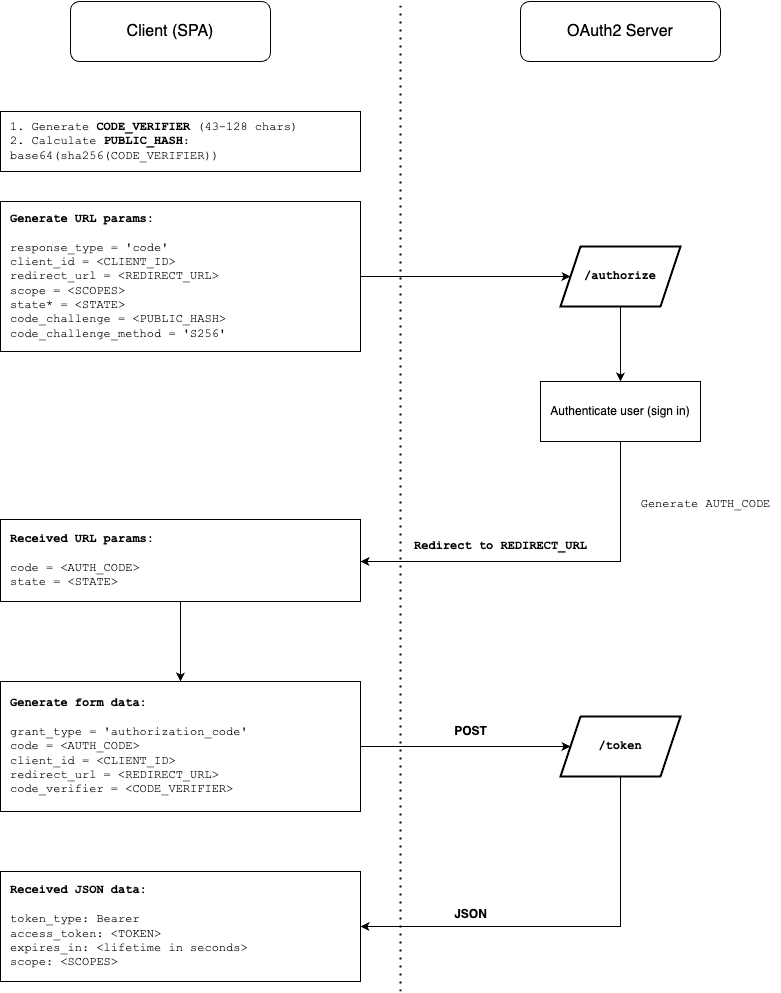
Above: assets/OneAuth_workflow.png in phpway/OneAuth-Server (draw.io), before the change. Source tidied: cells renumbered, new cells last; positions are measured from the earlier drawing's top-left corner, leaving out a move shared by most shapes.
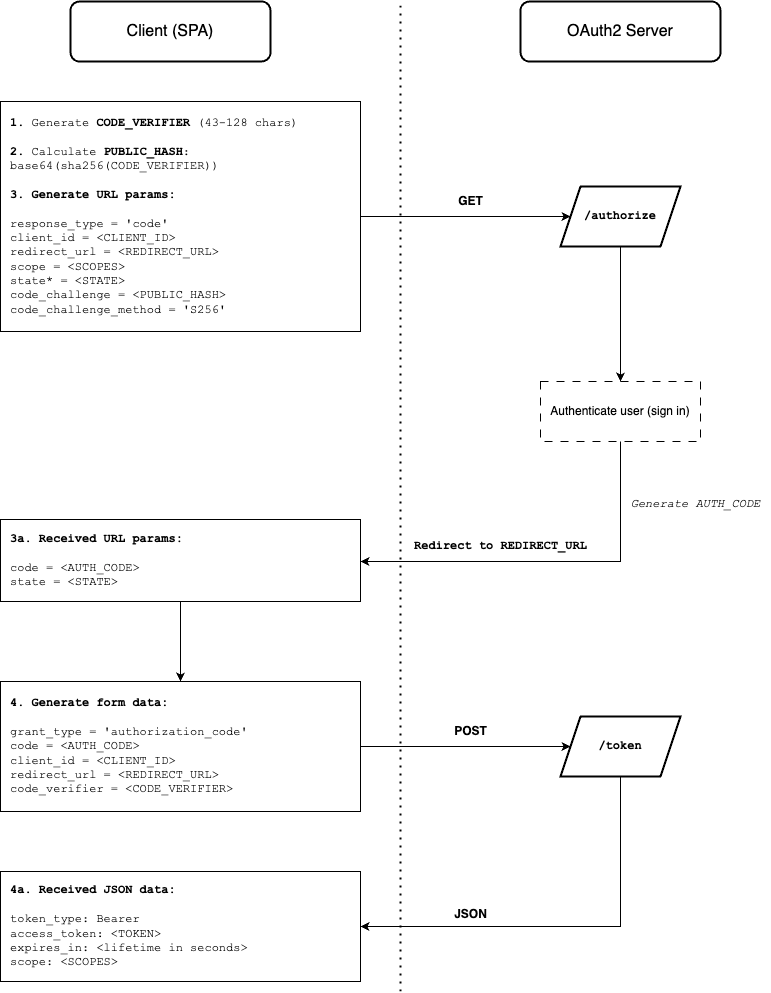
The same diagram one commit later.

Commit message:
Updated workflow diagram

The edit, as a diff of the source:
```diff
@@ -2,25 +2,22 @@
   <root>
     <mxCell id="0" />
     <mxCell id="1" parent="0" />
-    <mxCell id="2" value="Client (SPA)" style="rounded=1;whiteSpace=wrap;html=1;fontSize=16;" parent="1" vertex="1">
+    <mxCell id="2" value="Client (SPA)" style="rounded=1;whiteSpace=wrap;html=1;fontSize=16;strokeWidth=2;fontStyle=0;" parent="1" vertex="1">
       <mxGeometry x="70" width="200" height="60" as="geometry" />
     </mxCell>
-    <mxCell id="3" value="OAuth2 Server" style="rounded=1;whiteSpace=wrap;html=1;fontSize=16;" parent="1" vertex="1">
+    <mxCell id="3" value="OAuth2 Server" style="rounded=1;whiteSpace=wrap;html=1;fontSize=16;strokeWidth=2;fontStyle=0;" parent="1" vertex="1">
       <mxGeometry x="520" width="200" height="60" as="geometry" />
     </mxCell>
-    <mxCell id="4" value="1. Generate &lt;b&gt;CODE_VERIFIER &lt;/b&gt;(43-128 chars)&lt;div&gt;2. Calculate &lt;b&gt;PUBLIC_HASH&lt;/b&gt;: base64(sha256(CODE_VERIFIER))&lt;/div&gt;" style="rounded=0;whiteSpace=wrap;html=1;align=left;fontFamily=Courier New;spacingLeft=8;" parent="1" vertex="1">
-      <mxGeometry y="110" width="360" height="60" as="geometry" />
-    </mxCell>
-    <mxCell id="5" value="&lt;div&gt;&lt;b&gt;Generate URL params:&lt;/b&gt;&lt;/div&gt;&lt;div&gt;&lt;br&gt;&lt;/div&gt;&lt;div&gt;response_type = 'code'&lt;br&gt;client_id = &amp;lt;CLIENT_ID&amp;gt;&lt;br&gt;redirect_url = &amp;lt;REDIRECT_URL&amp;gt;&lt;br&gt;scope = &amp;lt;SCOPES&amp;gt;&lt;br&gt;state* = &amp;lt;STATE&amp;gt;&lt;br&gt;code_challenge = &amp;lt;PUBLIC_HASH&amp;gt;&lt;br&gt;code_challenge_method = 'S256'&lt;/div&gt;" style="rounded=0;whiteSpace=wrap;html=1;align=left;fontFamily=Courier New;spacingTop=0;spacingLeft=8;" parent="1" vertex="1">
-      <mxGeometry y="200" width="360" height="150" as="geometry" />
+    <mxCell id="5" value="&lt;div&gt;&lt;b&gt;1.&lt;/b&gt;&amp;nbsp;Generate&amp;nbsp;&lt;b&gt;CODE_VERIFIER&amp;nbsp;&lt;/b&gt;(43-128 chars)&lt;div&gt;&lt;b&gt;&lt;br&gt;&lt;/b&gt;&lt;/div&gt;&lt;div&gt;&lt;b&gt;2.&lt;/b&gt;&amp;nbsp;Calculate&amp;nbsp;&lt;b&gt;PUBLIC_HASH&lt;/b&gt;: base64(sha256(CODE_VERIFIER))&lt;/div&gt;&lt;/div&gt;&lt;div&gt;&lt;b&gt;&lt;br&gt;&lt;/b&gt;&lt;/div&gt;&lt;div&gt;&lt;b&gt;3. Generate URL params:&lt;/b&gt;&lt;/div&gt;&lt;div&gt;&lt;b&gt;&lt;br&gt;&lt;/b&gt;&lt;/div&gt;&lt;div&gt;response_type = 'code'&lt;br&gt;client_id = &amp;lt;CLIENT_ID&amp;gt;&lt;br&gt;redirect_url = &amp;lt;REDIRECT_URL&amp;gt;&lt;br&gt;scope = &amp;lt;SCOPES&amp;gt;&lt;br&gt;state* = &amp;lt;STATE&amp;gt;&lt;br&gt;code_challenge = &amp;lt;PUBLIC_HASH&amp;gt;&lt;br&gt;code_challenge_method = 'S256'&lt;/div&gt;" style="rounded=0;whiteSpace=wrap;html=1;align=left;fontFamily=Courier New;spacingTop=0;spacingLeft=8;" parent="1" vertex="1">
+      <mxGeometry y="100" width="360" height="230" as="geometry" />
     </mxCell>
     <mxCell id="6" value="/authorize" style="shape=parallelogram;perimeter=parallelogramPerimeter;whiteSpace=wrap;html=1;fixedSize=1;fontStyle=1;fontFamily=Courier New;labelBorderColor=none;strokeWidth=2;rounded=0;shadow=0;" parent="1" vertex="1">
-      <mxGeometry x="560" y="245" width="120" height="60" as="geometry" />
+      <mxGeometry x="560" y="185" width="120" height="60" as="geometry" />
     </mxCell>
     <mxCell id="7" style="endArrow=classic;html=1;rounded=0;entryX=0;entryY=0.5;entryDx=0;entryDy=0;exitX=1;exitY=0.5;exitDx=0;exitDy=0;" parent="1" edge="1" source="5" target="6">
       <mxGeometry relative="1" as="geometry" />
     </mxCell>
-    <mxCell id="8" value="Authenticate user (sign in)" style="rounded=0;whiteSpace=wrap;html=1;" parent="1" vertex="1">
+    <mxCell id="8" value="Authenticate user (sign in)" style="rounded=0;whiteSpace=wrap;html=1;dashed=1;dashPattern=8 8;" parent="1" vertex="1">
       <mxGeometry x="540" y="380" width="160" height="60" as="geometry" />
     </mxCell>
     <mxCell id="9" style="endArrow=classic;html=1;rounded=0;entryX=0.5;entryY=0;entryDx=0;entryDy=0;exitX=0.5;exitY=1;exitDx=0;exitDy=0;" parent="1" edge="1" source="6" target="8">
@@ -34,16 +31,16 @@
         </Array>
       </mxGeometry>
     </mxCell>
-    <mxCell id="11" value="&lt;font&gt;Generate AUTH_CODE&lt;/font&gt;" style="text;html=1;align=center;verticalAlign=middle;strokeColor=none;fillColor=none;fontFamily=Courier New;" parent="1" vertex="1">
-      <mxGeometry x="630" y="488" width="150" height="30" as="geometry" />
+    <mxCell id="11" value="&lt;font&gt;Generate AUTH_CODE&lt;/font&gt;" style="text;html=1;align=center;verticalAlign=middle;strokeColor=none;fillColor=none;fontFamily=Courier New;fontStyle=2;" parent="1" vertex="1">
+      <mxGeometry x="620" y="488" width="150" height="30" as="geometry" />
     </mxCell>
     <mxCell id="12" value="Redirect to REDIRECT_URL" style="text;html=1;align=center;verticalAlign=middle;strokeColor=none;fillColor=none;fontFamily=Courier New;fontStyle=1;" parent="1" vertex="1">
       <mxGeometry x="400" y="530" width="200" height="30" as="geometry" />
     </mxCell>
-    <mxCell id="13" value="&lt;div&gt;&lt;b&gt;Received URL params:&lt;/b&gt;&lt;/div&gt;&lt;div&gt;&lt;br&gt;&lt;/div&gt;&lt;div&gt;code = &amp;lt;AUTH_CODE&amp;gt;&lt;br&gt;state = &amp;lt;STATE&amp;gt;&lt;br&gt;&lt;/div&gt;" style="rounded=0;whiteSpace=wrap;html=1;align=left;fontFamily=Courier New;spacingTop=0;spacingLeft=8;" parent="1" vertex="1">
+    <mxCell id="13" value="&lt;div&gt;&lt;b&gt;3a. Received URL params:&lt;/b&gt;&lt;/div&gt;&lt;div&gt;&lt;br&gt;&lt;/div&gt;&lt;div&gt;code = &amp;lt;AUTH_CODE&amp;gt;&lt;br&gt;state = &amp;lt;STATE&amp;gt;&lt;br&gt;&lt;/div&gt;" style="rounded=0;whiteSpace=wrap;html=1;align=left;fontFamily=Courier New;spacingTop=0;spacingLeft=8;" parent="1" vertex="1">
       <mxGeometry y="518" width="360" height="82" as="geometry" />
     </mxCell>
-    <mxCell id="14" value="&lt;div&gt;&lt;b&gt;Generate form data:&lt;/b&gt;&lt;/div&gt;&lt;div&gt;&lt;br&gt;&lt;/div&gt;&lt;div&gt;grant_type = 'authorization_code'&lt;/div&gt;&lt;div&gt;code = &amp;lt;AUTH_CODE&amp;gt;&lt;br&gt;client_id = &amp;lt;CLIENT_ID&amp;gt;&lt;br&gt;redirect_url = &amp;lt;REDIRECT_URL&amp;gt;&lt;br&gt;code_verifier = &amp;lt;CODE_VERIFIER&amp;gt;&lt;br&gt;&lt;/div&gt;" style="rounded=0;whiteSpace=wrap;html=1;align=left;fontFamily=Courier New;spacingTop=0;spacingLeft=8;" parent="1" vertex="1">
+    <mxCell id="14" value="&lt;div&gt;&lt;b&gt;4. Generate form data:&lt;/b&gt;&lt;/div&gt;&lt;div&gt;&lt;br&gt;&lt;/div&gt;&lt;div&gt;grant_type = 'authorization_code'&lt;/div&gt;&lt;div&gt;code = &amp;lt;AUTH_CODE&amp;gt;&lt;br&gt;client_id = &amp;lt;CLIENT_ID&amp;gt;&lt;br&gt;redirect_url = &amp;lt;REDIRECT_URL&amp;gt;&lt;br&gt;code_verifier = &amp;lt;CODE_VERIFIER&amp;gt;&lt;br&gt;&lt;/div&gt;" style="rounded=0;whiteSpace=wrap;html=1;align=left;fontFamily=Courier New;spacingTop=0;spacingLeft=8;" parent="1" vertex="1">
       <mxGeometry y="680" width="360" height="130" as="geometry" />
     </mxCell>
     <mxCell id="15" style="endArrow=classic;html=1;rounded=0;exitX=0.5;exitY=1;exitDx=0;exitDy=0;entryX=0.5;entryY=0;entryDx=0;entryDy=0;" parent="1" edge="1" source="13" target="14">
@@ -58,7 +55,7 @@
     <mxCell id="18" value="POST" style="text;html=1;align=center;verticalAlign=middle;strokeColor=none;fillColor=none;fontStyle=1;" parent="1" vertex="1">
       <mxGeometry x="440" y="715" width="60" height="30" as="geometry" />
     </mxCell>
-    <mxCell id="19" value="&lt;div&gt;&lt;b&gt;Received JSON data:&lt;/b&gt;&lt;/div&gt;&lt;div&gt;&lt;br&gt;&lt;/div&gt;&lt;div&gt;token_type: Bearer&lt;br&gt;access_token: &amp;lt;TOKEN&amp;gt;&lt;/div&gt;&lt;div&gt;expires_in: &amp;lt;lifetime in seconds&amp;gt;&lt;/div&gt;&lt;div&gt;scope: &amp;lt;SCOPES&amp;gt;&lt;/div&gt;" style="rounded=0;whiteSpace=wrap;html=1;align=left;fontFamily=Courier New;spacingTop=0;spacingLeft=8;" parent="1" vertex="1">
+    <mxCell id="19" value="&lt;div&gt;&lt;b&gt;4a. Received JSON data:&lt;/b&gt;&lt;/div&gt;&lt;div&gt;&lt;br&gt;&lt;/div&gt;&lt;div&gt;token_type: Bearer&lt;br&gt;access_token: &amp;lt;TOKEN&amp;gt;&lt;/div&gt;&lt;div&gt;expires_in: &amp;lt;lifetime in seconds&amp;gt;&lt;/div&gt;&lt;div&gt;scope: &amp;lt;SCOPES&amp;gt;&lt;/div&gt;" style="rounded=0;whiteSpace=wrap;html=1;align=left;fontFamily=Courier New;spacingTop=0;spacingLeft=8;" parent="1" vertex="1">
       <mxGeometry y="870" width="360" height="110" as="geometry" />
     </mxCell>
     <mxCell id="20" style="endArrow=classic;html=1;rounded=0;exitX=0.5;exitY=1;exitDx=0;exitDy=0;entryX=1;entryY=0.5;entryDx=0;entryDy=0;" parent="1" edge="1" source="16" target="19">
@@ -77,5 +74,8 @@
         <mxPoint x="400" as="targetPoint" />
       </mxGeometry>
     </mxCell>
+    <mxCell id="23" value="GET" style="text;html=1;align=center;verticalAlign=middle;strokeColor=none;fillColor=none;fontStyle=1;" parent="1" vertex="1">
+      <mxGeometry x="445" y="185" width="50" height="30" as="geometry" />
+    </mxCell>
   </root>
 </mxGraphModel>
```
